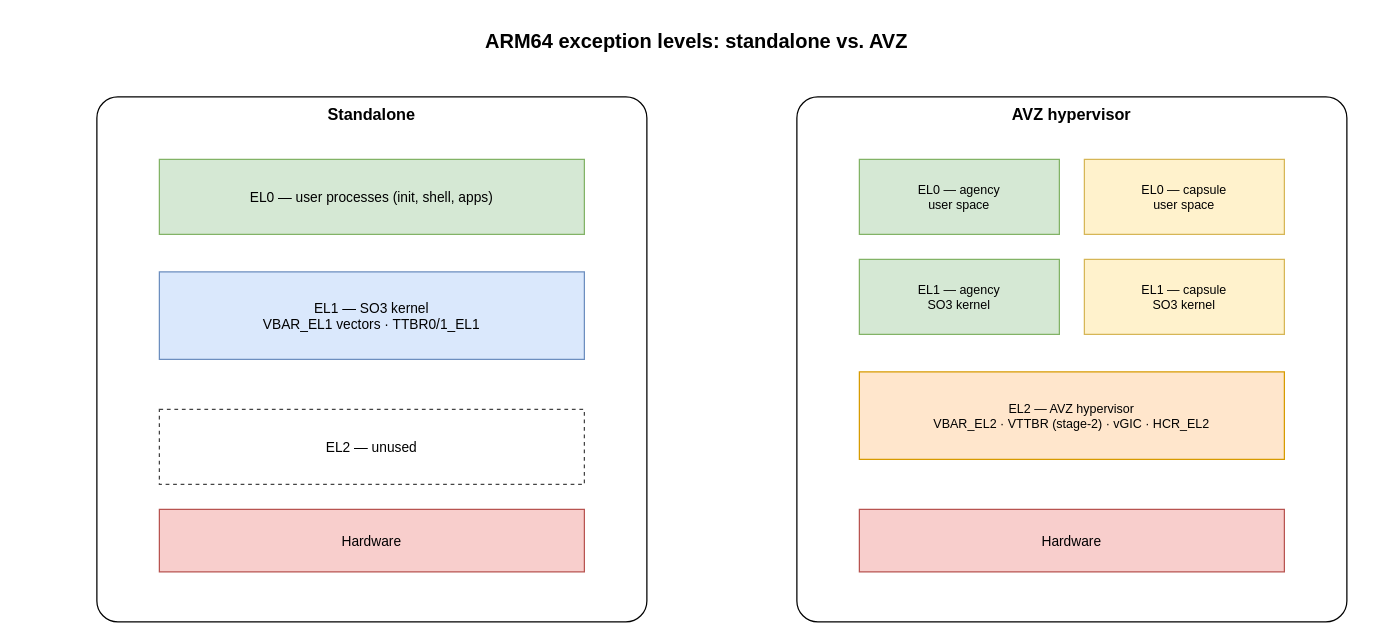
Above: page "exception-levels" (5 of 11) of doc/source/img/so3.drawio in smartobjectoriented/so3 (draw.io), before the change. Source tidied: cells renumbered, new cells numbered last; positions are measured from the earlier drawing's top-left corner, leaving out a move shared by most shapes. Both pictures are drawn from the tidied source at 125%, with x=0, y=0 at pixel (21, 21).
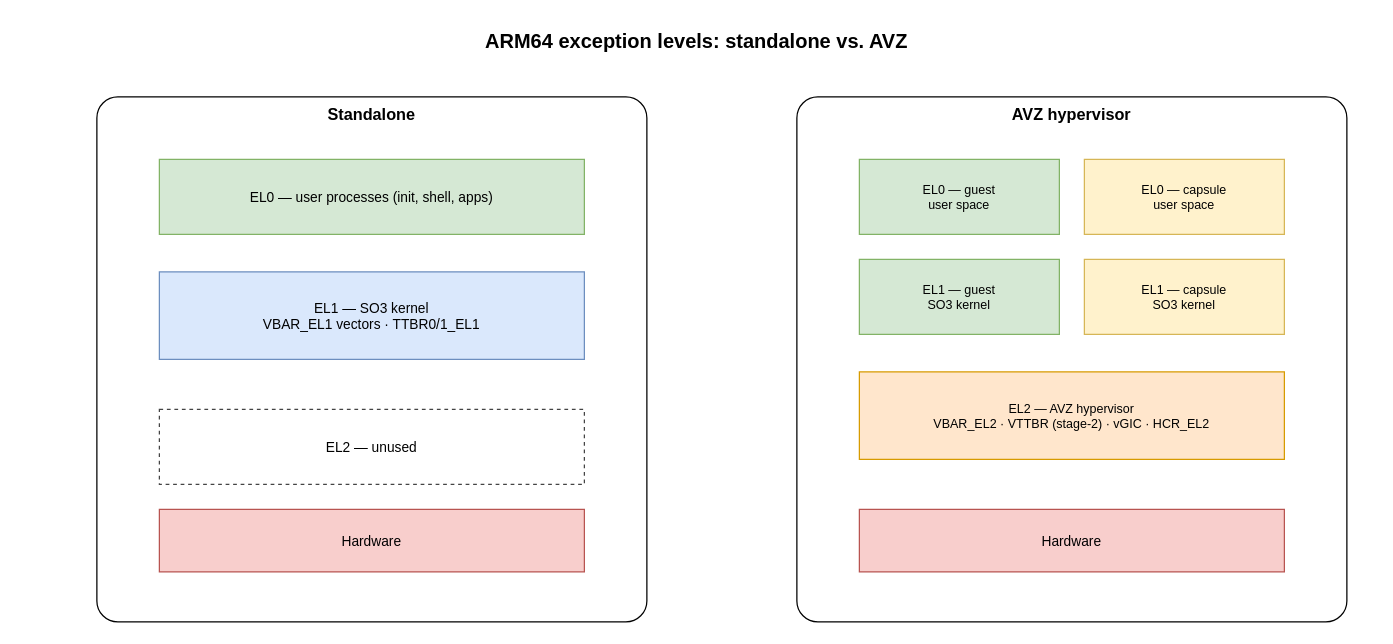
Above is the later version.

The edit, as a diff of the source:
```diff
@@
 <mxGraphModel>
   <root>
     <mxCell id="0" />
     <mxCell id="1" parent="0" />
     <mxCell id="2" value="ARM64 exception levels: standalone vs. AVZ" style="text;html=1;whiteSpace=wrap;align=center;verticalAlign=middle;fontSize=16;fontStyle=1;" parent="1" vertex="1">
       <mxGeometry width="1080" height="30" as="geometry" />
     </mxCell>
     <mxCell id="3" value="Standalone" style="rounded=1;whiteSpace=wrap;html=1;arcSize=4;verticalAlign=top;fontStyle=1;fontSize=13;fontStyle=1;" parent="1" vertex="1">
       <mxGeometry x="60" y="60" width="440" height="420" as="geometry" />
     </mxCell>
     <mxCell id="4" value="EL0 — user processes (init, shell, apps)" style="fillColor=#d5e8d4;strokeColor=#82b366;fontSize=11;" parent="1" vertex="1">
       <mxGeometry x="110" y="110" width="340" height="60" as="geometry" />
     </mxCell>
     <mxCell id="5" value="EL1 — SO3 kernel&#10;VBAR_EL1 vectors · TTBR0/1_EL1" style="fillColor=#dae8fc;strokeColor=#6c8ebf;fontSize=11;" parent="1" vertex="1">
       <mxGeometry x="110" y="200" width="340" height="70" as="geometry" />
     </mxCell>
     <mxCell id="6" value="EL2 — unused" style="fillColor=none;strokeColor=#444444;dashed=1;fontSize=11;" parent="1" vertex="1">
       <mxGeometry x="110" y="310" width="340" height="60" as="geometry" />
     </mxCell>
     <mxCell id="7" value="Hardware" style="fillColor=#f8cecc;strokeColor=#b85450;fontSize=11;" parent="1" vertex="1">
       <mxGeometry x="110" y="390" width="340" height="50" as="geometry" />
     </mxCell>
     <mxCell id="8" value="AVZ hypervisor" style="rounded=1;whiteSpace=wrap;html=1;arcSize=4;verticalAlign=top;fontStyle=1;fontSize=13;fontStyle=1;" parent="1" vertex="1">
       <mxGeometry x="620" y="60" width="440" height="420" as="geometry" />
     </mxCell>
-    <mxCell id="9" value="EL0 — agency&#10;user space" style="fillColor=#d5e8d4;strokeColor=#82b366;fontSize=10;" parent="1" vertex="1">
+    <mxCell id="9" value="EL0 — guest&#10;user space" style="fillColor=#d5e8d4;strokeColor=#82b366;fontSize=10;" parent="1" vertex="1">
       <mxGeometry x="670" y="110" width="160" height="60" as="geometry" />
     </mxCell>
     <mxCell id="10" value="EL0 — capsule&#10;user space" style="fillColor=#fff2cc;strokeColor=#d6b656;fontSize=10;" parent="1" vertex="1">
       <mxGeometry x="850" y="110" width="160" height="60" as="geometry" />
     </mxCell>
-    <mxCell id="11" value="EL1 — agency&#10;SO3 kernel" style="fillColor=#d5e8d4;strokeColor=#82b366;fontSize=10;" parent="1" vertex="1">
+    <mxCell id="11" value="EL1 — guest&#10;SO3 kernel" style="fillColor=#d5e8d4;strokeColor=#82b366;fontSize=10;" parent="1" vertex="1">
       <mxGeometry x="670" y="190" width="160" height="60" as="geometry" />
     </mxCell>
     <mxCell id="12" value="EL1 — capsule&#10;SO3 kernel" style="fillColor=#fff2cc;strokeColor=#d6b656;fontSize=10;" parent="1" vertex="1">
       <mxGeometry x="850" y="190" width="160" height="60" as="geometry" />
     </mxCell>
     <mxCell id="13" value="EL2 — AVZ hypervisor&#10;VBAR_EL2 · VTTBR (stage-2) · vGIC · HCR_EL2" style="fillColor=#ffe6cc;strokeColor=#d79b00;fontSize=10;" parent="1" vertex="1">
       <mxGeometry x="670" y="280" width="340" height="70" as="geometry" />
     </mxCell>
     <mxCell id="14" value="Hardware" style="fillColor=#f8cecc;strokeColor=#b85450;fontSize=11;" parent="1" vertex="1">
       <mxGeometry x="670" y="390" width="340" height="50" as="geometry" />
     </mxCell>
   </root>
 </mxGraphModel>
```
